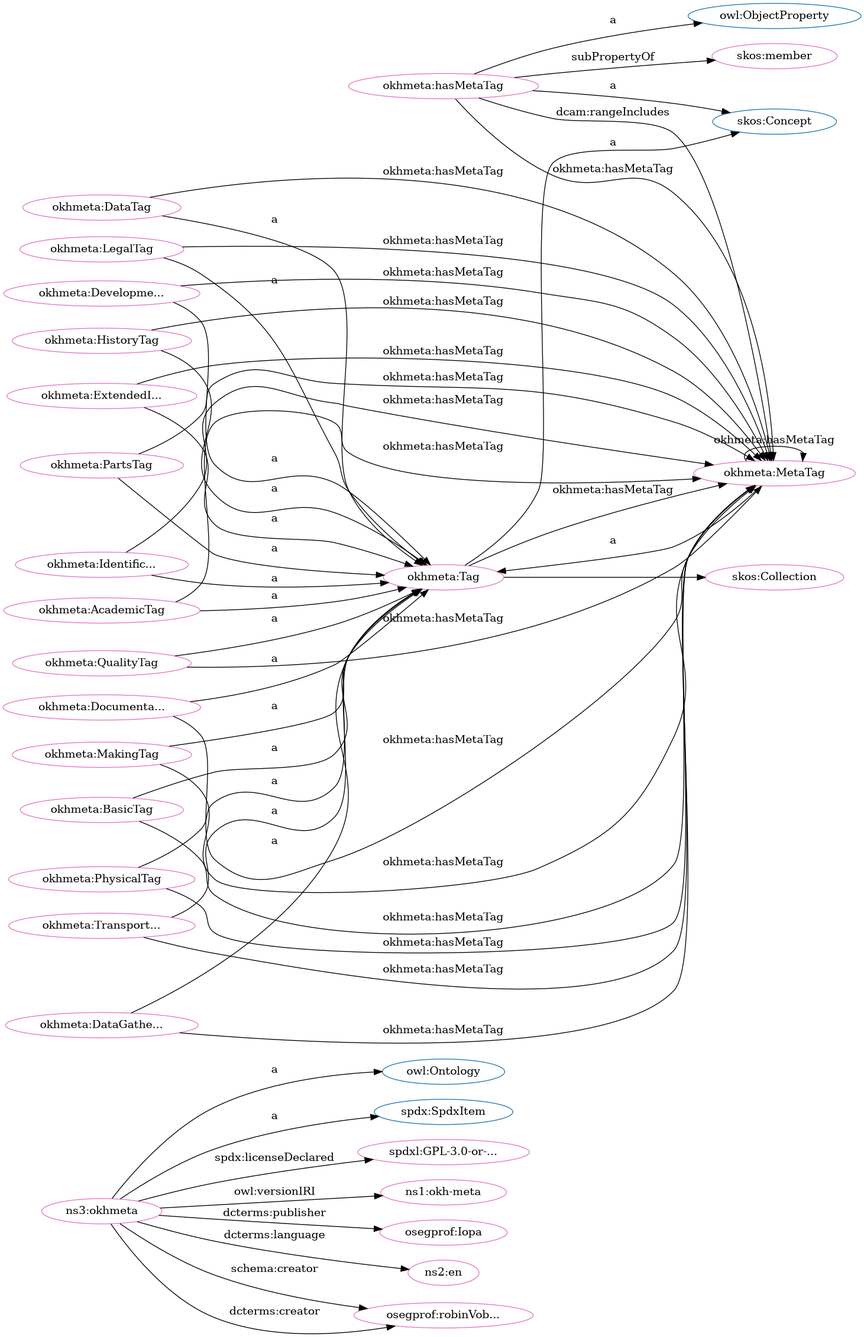
Above: src/spec/dot_okh-meta.png in iop-alliance/OpenKnowHow (Graphviz), before the change. Its source is kept beside it as src/spec/dot_okh-meta.dot.
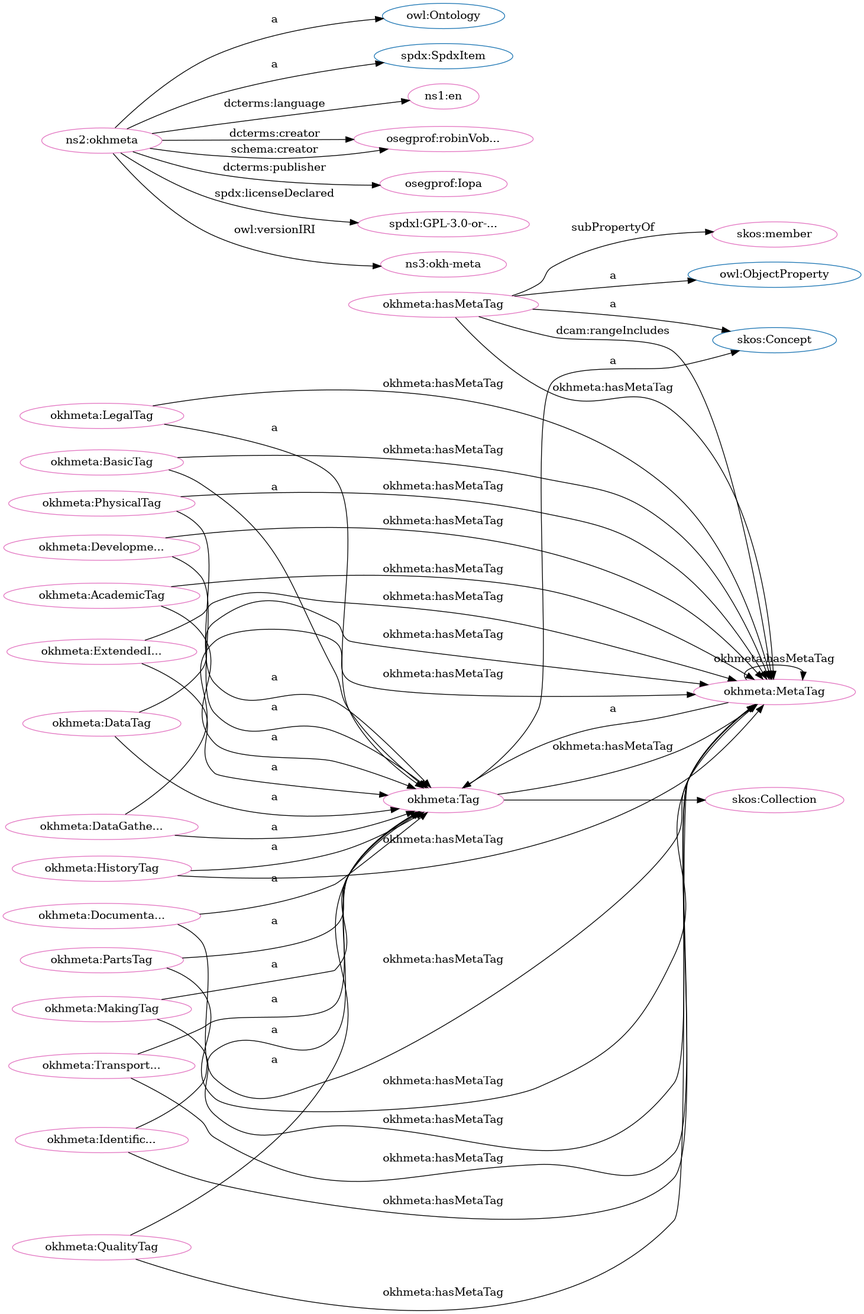
Above is the later version.

Change to the diagram source:
```diff
@@ -1,84 +1,84 @@
 digraph G {
   rankdir=BT
   node[height=.3]
+"http://www.w3.org/2004/02/skos/core#Concept" [fillcolor="#1f77b4" color="#1f77b4" label="skos:Concept"]
 "http://www.w3.org/2002/07/owl#Ontology" [fillcolor="#1f77b4" color="#1f77b4" label="owl:Ontology"]
-"http://spdx.org/rdf/terms#SpdxItem" [fillcolor="#1f77b4" color="#1f77b4" label="spdx:SpdxItem"]
-"http://w3id.org/oseg/ont/okhmeta#Tag" [fillcolor="#1f77b4" color="#1f77b4" label="okhmeta:Tag"]
 "http://www.w3.org/2004/02/skos/core#Collection" [fillcolor="#1f77b4" color="#1f77b4" label="skos:Collection"]
 "http://www.w3.org/2002/07/owl#ObjectProperty" [fillcolor="#1f77b4" color="#1f77b4" label="owl:ObjectProperty"]
-"http://www.w3.org/2004/02/skos/core#Concept" [fillcolor="#1f77b4" color="#1f77b4" label="skos:Concept"]
+"http://w3id.org/oseg/ont/okhmeta#Tag" [fillcolor="#1f77b4" color="#1f77b4" label="okhmeta:Tag"]
+"http://spdx.org/rdf/terms#SpdxItem" [fillcolor="#1f77b4" color="#1f77b4" label="spdx:SpdxItem"]
 "http://w3id.org/oseg/ont/okhmeta#MetaTag" [fillcolor="#e377c2" color="#e377c2" label="okhmeta:MetaTag"]
+"http://id.loc.gov/vocabulary/iso639-1/en" [fillcolor="#e377c2" color="#e377c2" label="ns1:en"]
+"http://w3id.org/oseg/ont/okhmeta#AcademicTag" [fillcolor="#e377c2" color="#e377c2" label="okhmeta:AcademicTag"]
+"http://w3id.org/oseg/ont/okhmeta" [fillcolor="#e377c2" color="#e377c2" label="ns2:okhmeta"]
+"http://w3id.org/oseg/ont/oseg-profiles#robinVobruba" [fillcolor="#e377c2" color="#e377c2" label="osegprof:robinVob..."]
+"http://w3id.org/oseg/ont/okhmeta#TransportationTag" [fillcolor="#e377c2" color="#e377c2" label="okhmeta:Transport..."]
+"http://w3id.org/oseg/ont/okhmeta#LegalTag" [fillcolor="#e377c2" color="#e377c2" label="okhmeta:LegalTag"]
+"http://w3id.org/oseg/ont/okhmeta#DocumentationTag" [fillcolor="#e377c2" color="#e377c2" label="okhmeta:Documenta..."]
+"http://w3id.org/oseg/ont/oseg-profiles#Iopa" [fillcolor="#e377c2" color="#e377c2" label="osegprof:Iopa"]
+"http://spdx.org/licenses/GPL-3.0-or-later" [fillcolor="#e377c2" color="#e377c2" label="spdxl:GPL-3.0-or-..."]
+"http://w3id.org/oseg/ont/okhmeta#MakingTag" [fillcolor="#e377c2" color="#e377c2" label="okhmeta:MakingTag"]
+"http://www.w3.org/2004/02/skos/core#member" [fillcolor="#e377c2" color="#e377c2" label="skos:member"]
+"http://w3id.org/oseg/ont/okhmeta#BasicTag" [fillcolor="#e377c2" color="#e377c2" label="okhmeta:BasicTag"]
+"http://w3id.org/oseg/ont/okhmeta#hasMetaTag" [fillcolor="#e377c2" color="#e377c2" label="okhmeta:hasMetaTag"]
+"http://w3id.org/oseg/ont/okhmeta#PhysicalTag" [fillcolor="#e377c2" color="#e377c2" label="okhmeta:PhysicalTag"]
+"http://w3id.org/oseg/ont/okhmeta#HistoryTag" [fillcolor="#e377c2" color="#e377c2" label="okhmeta:HistoryTag"]
+"http://www.w3.org/2004/02/skos/core#Collection" [fillcolor="#e377c2" color="#e377c2" label="skos:Collection"]
+"http://w3id.org/oseg/ont/1.1.0/okh-meta" [fillcolor="#e377c2" color="#e377c2" label="ns3:okh-meta"]
+"http://w3id.org/oseg/ont/okhmeta#QualityTag" [fillcolor="#e377c2" color="#e377c2" label="okhmeta:QualityTag"]
+"http://w3id.org/oseg/ont/okhmeta#DataTag" [fillcolor="#e377c2" color="#e377c2" label="okhmeta:DataTag"]
+"http://w3id.org/oseg/ont/okhmeta#IdentificationTag" [fillcolor="#e377c2" color="#e377c2" label="okhmeta:Identific..."]
+"http://w3id.org/oseg/ont/okhmeta#Tag" [fillcolor="#e377c2" color="#e377c2" label="okhmeta:Tag"]
+"http://w3id.org/oseg/ont/okhmeta#DataGatheringTag" [fillcolor="#e377c2" color="#e377c2" label="okhmeta:DataGathe..."]
+"http://w3id.org/oseg/ont/okhmeta#PartsTag" [fillcolor="#e377c2" color="#e377c2" label="okhmeta:PartsTag"]
 "http://w3id.org/oseg/ont/okhmeta#ExtendedInfoTag" [fillcolor="#e377c2" color="#e377c2" label="okhmeta:ExtendedI..."]
-"http://w3id.org/oseg/ont/okhmeta#PhysicalTag" [fillcolor="#e377c2" color="#e377c2" label="okhmeta:PhysicalTag"]
-"http://w3id.org/oseg/ont/okhmeta#DataTag" [fillcolor="#e377c2" color="#e377c2" label="okhmeta:DataTag"]
-"http://w3id.org/oseg/ont/okhmeta#DocumentationTag" [fillcolor="#e377c2" color="#e377c2" label="okhmeta:Documenta..."]
-"http://spdx.org/licenses/GPL-3.0-or-later" [fillcolor="#e377c2" color="#e377c2" label="spdxl:GPL-3.0-or-..."]
-"http://w3id.org/oseg/ont/okhmeta#hasMetaTag" [fillcolor="#e377c2" color="#e377c2" label="okhmeta:hasMetaTag"]
-"http://w3id.org/oseg/ont/okhmeta#BasicTag" [fillcolor="#e377c2" color="#e377c2" label="okhmeta:BasicTag"]
-"http://w3id.org/oseg/ont/okhmeta#LegalTag" [fillcolor="#e377c2" color="#e377c2" label="okhmeta:LegalTag"]
-"http://w3id.org/oseg/ont/1.1.0/okh-meta" [fillcolor="#e377c2" color="#e377c2" label="ns1:okh-meta"]
 "http://w3id.org/oseg/ont/okhmeta#DevelopmentTag" [fillcolor="#e377c2" color="#e377c2" label="okhmeta:Developme..."]
-"http://w3id.org/oseg/ont/okhmeta#QualityTag" [fillcolor="#e377c2" color="#e377c2" label="okhmeta:QualityTag"]
-"http://w3id.org/oseg/ont/oseg-profiles#Iopa" [fillcolor="#e377c2" color="#e377c2" label="osegprof:Iopa"]
-"http://w3id.org/oseg/ont/okhmeta#DataGatheringTag" [fillcolor="#e377c2" color="#e377c2" label="okhmeta:DataGathe..."]
-"http://id.loc.gov/vocabulary/iso639-1/en" [fillcolor="#e377c2" color="#e377c2" label="ns2:en"]
-"http://w3id.org/oseg/ont/okhmeta" [fillcolor="#e377c2" color="#e377c2" label="ns3:okhmeta"]
-"http://w3id.org/oseg/ont/okhmeta#IdentificationTag" [fillcolor="#e377c2" color="#e377c2" label="okhmeta:Identific..."]
-"http://w3id.org/oseg/ont/okhmeta#TransportationTag" [fillcolor="#e377c2" color="#e377c2" label="okhmeta:Transport..."]
-"http://w3id.org/oseg/ont/okhmeta#Tag" [fillcolor="#e377c2" color="#e377c2" label="okhmeta:Tag"]
-"http://w3id.org/oseg/ont/oseg-profiles#robinVobruba" [fillcolor="#e377c2" color="#e377c2" label="osegprof:robinVob..."]
-"http://w3id.org/oseg/ont/okhmeta#AcademicTag" [fillcolor="#e377c2" color="#e377c2" label="okhmeta:AcademicTag"]
-"http://www.w3.org/2004/02/skos/core#member" [fillcolor="#e377c2" color="#e377c2" label="skos:member"]
-"http://w3id.org/oseg/ont/okhmeta#MakingTag" [fillcolor="#e377c2" color="#e377c2" label="okhmeta:MakingTag"]
-"http://www.w3.org/2004/02/skos/core#Collection" [fillcolor="#e377c2" color="#e377c2" label="skos:Collection"]
-"http://w3id.org/oseg/ont/okhmeta#PartsTag" [fillcolor="#e377c2" color="#e377c2" label="okhmeta:PartsTag"]
-"http://w3id.org/oseg/ont/okhmeta#HistoryTag" [fillcolor="#e377c2" color="#e377c2" label="okhmeta:HistoryTag"]
+  "http://w3id.org/oseg/ont/okhmeta#AcademicTag" -> "http://w3id.org/oseg/ont/okhmeta#MetaTag" [label="okhmeta:hasMetaTag"]
+  "http://w3id.org/oseg/ont/okhmeta" -> "http://id.loc.gov/vocabulary/iso639-1/en" [label="dcterms:language"]
+  "http://w3id.org/oseg/ont/okhmeta#DataTag" -> "http://w3id.org/oseg/ont/okhmeta#MetaTag" [label="okhmeta:hasMetaTag"]
+  "http://w3id.org/oseg/ont/okhmeta" -> "http://w3id.org/oseg/ont/oseg-profiles#robinVobruba" [label="dcterms:creator"]
+  "http://w3id.org/oseg/ont/okhmeta#Tag" -> "http://w3id.org/oseg/ont/okhmeta#MetaTag" [label="okhmeta:hasMetaTag"]
+  "http://w3id.org/oseg/ont/okhmeta#LegalTag" -> "http://w3id.org/oseg/ont/okhmeta#MetaTag" [label="okhmeta:hasMetaTag"]
+  "http://w3id.org/oseg/ont/okhmeta#MetaTag" -> "http://w3id.org/oseg/ont/okhmeta#Tag" [label="a"]
+  "http://w3id.org/oseg/ont/okhmeta#DocumentationTag" -> "http://w3id.org/oseg/ont/okhmeta#MetaTag" [label="okhmeta:hasMetaTag"]
+  "http://w3id.org/oseg/ont/okhmeta#DocumentationTag" -> "http://w3id.org/oseg/ont/okhmeta#Tag" [label="a"]
+  "http://w3id.org/oseg/ont/okhmeta#TransportationTag" -> "http://w3id.org/oseg/ont/okhmeta#MetaTag" [label="okhmeta:hasMetaTag"]
+  "http://w3id.org/oseg/ont/okhmeta#MakingTag" -> "http://w3id.org/oseg/ont/okhmeta#Tag" [label="a"]
+  "http://w3id.org/oseg/ont/okhmeta#DevelopmentTag" -> "http://w3id.org/oseg/ont/okhmeta#MetaTag" [label="okhmeta:hasMetaTag"]
+  "http://w3id.org/oseg/ont/okhmeta#BasicTag" -> "http://w3id.org/oseg/ont/okhmeta#Tag" [label="a"]
+  "http://w3id.org/oseg/ont/okhmeta#PhysicalTag" -> "http://w3id.org/oseg/ont/okhmeta#MetaTag" [label="okhmeta:hasMetaTag"]
+  "http://w3id.org/oseg/ont/okhmeta#hasMetaTag" -> "http://www.w3.org/2002/07/owl#ObjectProperty" [label="a"]
+  "http://w3id.org/oseg/ont/okhmeta#HistoryTag" -> "http://w3id.org/oseg/ont/okhmeta#Tag" [label="a"]
+  "http://w3id.org/oseg/ont/okhmeta#DataTag" -> "http://w3id.org/oseg/ont/okhmeta#Tag" [label="a"]
+  "http://w3id.org/oseg/ont/okhmeta#IdentificationTag" -> "http://w3id.org/oseg/ont/okhmeta#Tag" [label="a"]
+  "http://w3id.org/oseg/ont/okhmeta#hasMetaTag" -> "http://w3id.org/oseg/ont/okhmeta#MetaTag" [label="okhmeta:hasMetaTag"]
+  "http://w3id.org/oseg/ont/okhmeta#PartsTag" -> "http://w3id.org/oseg/ont/okhmeta#Tag" [label="a"]
+  "http://w3id.org/oseg/ont/okhmeta#hasMetaTag" -> "http://www.w3.org/2004/02/skos/core#Concept" [label="a"]
+  "http://w3id.org/oseg/ont/okhmeta#ExtendedInfoTag" -> "http://w3id.org/oseg/ont/okhmeta#Tag" [label="a"]
+  "http://w3id.org/oseg/ont/okhmeta#BasicTag" -> "http://w3id.org/oseg/ont/okhmeta#MetaTag" [label="okhmeta:hasMetaTag"]
+  "http://w3id.org/oseg/ont/okhmeta#AcademicTag" -> "http://w3id.org/oseg/ont/okhmeta#Tag" [label="a"]
+  "http://w3id.org/oseg/ont/okhmeta" -> "http://spdx.org/rdf/terms#SpdxItem" [label="a"]
+  "http://w3id.org/oseg/ont/okhmeta#MetaTag" -> "http://w3id.org/oseg/ont/okhmeta#MetaTag" [label="okhmeta:hasMetaTag"]
+  "http://w3id.org/oseg/ont/okhmeta#hasMetaTag" -> "http://w3id.org/oseg/ont/okhmeta#MetaTag" [label="dcam:rangeIncludes"]
+  "http://w3id.org/oseg/ont/okhmeta#TransportationTag" -> "http://w3id.org/oseg/ont/okhmeta#Tag" [label="a"]
+  "http://w3id.org/oseg/ont/okhmeta#LegalTag" -> "http://w3id.org/oseg/ont/okhmeta#Tag" [label="a"]
+  "http://w3id.org/oseg/ont/okhmeta" -> "http://w3id.org/oseg/ont/oseg-profiles#Iopa" [label="dcterms:publisher"]
+  "http://w3id.org/oseg/ont/okhmeta#ExtendedInfoTag" -> "http://w3id.org/oseg/ont/okhmeta#MetaTag" [label="okhmeta:hasMetaTag"]
+  "http://w3id.org/oseg/ont/okhmeta" -> "http://spdx.org/licenses/GPL-3.0-or-later" [label="spdx:licenseDeclared"]
+  "http://w3id.org/oseg/ont/okhmeta" -> "http://www.w3.org/2002/07/owl#Ontology" [label="a"]
+  "http://w3id.org/oseg/ont/okhmeta#hasMetaTag" -> "http://www.w3.org/2004/02/skos/core#member" [label="subPropertyOf"]
+  "http://w3id.org/oseg/ont/okhmeta#MakingTag" -> "http://w3id.org/oseg/ont/okhmeta#MetaTag" [label="okhmeta:hasMetaTag"]
+  "http://w3id.org/oseg/ont/okhmeta" -> "http://w3id.org/oseg/ont/oseg-profiles#robinVobruba" [label="schema:creator"]
   "http://w3id.org/oseg/ont/okhmeta#PhysicalTag" -> "http://w3id.org/oseg/ont/okhmeta#Tag" [label="a"]
-  "http://w3id.org/oseg/ont/okhmeta#hasMetaTag" -> "http://w3id.org/oseg/ont/okhmeta#MetaTag" [label="dcam:rangeIncludes"]
-  "http://w3id.org/oseg/ont/okhmeta#hasMetaTag" -> "http://w3id.org/oseg/ont/okhmeta#MetaTag" [label="okhmeta:hasMetaTag"]
-  "http://w3id.org/oseg/ont/okhmeta#hasMetaTag" -> "http://www.w3.org/2002/07/owl#ObjectProperty" [label="a"]
-  "http://w3id.org/oseg/ont/okhmeta#LegalTag" -> "http://w3id.org/oseg/ont/okhmeta#Tag" [label="a"]
-  "http://w3id.org/oseg/ont/okhmeta#MakingTag" -> "http://w3id.org/oseg/ont/okhmeta#MetaTag" [label="okhmeta:hasMetaTag"]
+  "http://w3id.org/oseg/ont/okhmeta#HistoryTag" -> "http://w3id.org/oseg/ont/okhmeta#MetaTag" [label="okhmeta:hasMetaTag"]
+  "http://w3id.org/oseg/ont/okhmeta#Tag" -> "http://www.w3.org/2004/02/skos/core#Collection" [label=""]
   "http://w3id.org/oseg/ont/okhmeta" -> "http://w3id.org/oseg/ont/1.1.0/okh-meta" [label="owl:versionIRI"]
   "http://w3id.org/oseg/ont/okhmeta#QualityTag" -> "http://w3id.org/oseg/ont/okhmeta#Tag" [label="a"]
+  "http://w3id.org/oseg/ont/okhmeta#Tag" -> "http://www.w3.org/2004/02/skos/core#Concept" [label="a"]
+  "http://w3id.org/oseg/ont/okhmeta#DataGatheringTag" -> "http://w3id.org/oseg/ont/okhmeta#MetaTag" [label="okhmeta:hasMetaTag"]
   "http://w3id.org/oseg/ont/okhmeta#DataGatheringTag" -> "http://w3id.org/oseg/ont/okhmeta#Tag" [label="a"]
-  "http://w3id.org/oseg/ont/okhmeta#LegalTag" -> "http://w3id.org/oseg/ont/okhmeta#MetaTag" [label="okhmeta:hasMetaTag"]
-  "http://w3id.org/oseg/ont/okhmeta#IdentificationTag" -> "http://w3id.org/oseg/ont/okhmeta#Tag" [label="a"]
-  "http://w3id.org/oseg/ont/okhmeta#TransportationTag" -> "http://w3id.org/oseg/ont/okhmeta#Tag" [label="a"]
+  "http://w3id.org/oseg/ont/okhmeta#IdentificationTag" -> "http://w3id.org/oseg/ont/okhmeta#MetaTag" [label="okhmeta:hasMetaTag"]
+  "http://w3id.org/oseg/ont/okhmeta#PartsTag" -> "http://w3id.org/oseg/ont/okhmeta#MetaTag" [label="okhmeta:hasMetaTag"]
+  "http://w3id.org/oseg/ont/okhmeta#DevelopmentTag" -> "http://w3id.org/oseg/ont/okhmeta#Tag" [label="a"]
   "http://w3id.org/oseg/ont/okhmeta#QualityTag" -> "http://w3id.org/oseg/ont/okhmeta#MetaTag" [label="okhmeta:hasMetaTag"]
-  "http://w3id.org/oseg/ont/okhmeta#DevelopmentTag" -> "http://w3id.org/oseg/ont/okhmeta#MetaTag" [label="okhmeta:hasMetaTag"]
-  "http://w3id.org/oseg/ont/okhmeta" -> "http://w3id.org/oseg/ont/oseg-profiles#robinVobruba" [label="schema:creator"]
-  "http://w3id.org/oseg/ont/okhmeta#DataGatheringTag" -> "http://w3id.org/oseg/ont/okhmeta#MetaTag" [label="okhmeta:hasMetaTag"]
-  "http://w3id.org/oseg/ont/okhmeta#AcademicTag" -> "http://w3id.org/oseg/ont/okhmeta#Tag" [label="a"]
-  "http://w3id.org/oseg/ont/okhmeta#PhysicalTag" -> "http://w3id.org/oseg/ont/okhmeta#MetaTag" [label="okhmeta:hasMetaTag"]
-  "http://w3id.org/oseg/ont/okhmeta" -> "http://w3id.org/oseg/ont/oseg-profiles#robinVobruba" [label="dcterms:creator"]
-  "http://w3id.org/oseg/ont/okhmeta#Tag" -> "http://www.w3.org/2004/02/skos/core#Collection" [label=""]
-  "http://w3id.org/oseg/ont/okhmeta#PartsTag" -> "http://w3id.org/oseg/ont/okhmeta#Tag" [label="a"]
-  "http://w3id.org/oseg/ont/okhmeta#Tag" -> "http://w3id.org/oseg/ont/okhmeta#MetaTag" [label="okhmeta:hasMetaTag"]
-  "http://w3id.org/oseg/ont/okhmeta#HistoryTag" -> "http://w3id.org/oseg/ont/okhmeta#Tag" [label="a"]
-  "http://w3id.org/oseg/ont/okhmeta#IdentificationTag" -> "http://w3id.org/oseg/ont/okhmeta#MetaTag" [label="okhmeta:hasMetaTag"]
-  "http://w3id.org/oseg/ont/okhmeta#ExtendedInfoTag" -> "http://w3id.org/oseg/ont/okhmeta#Tag" [label="a"]
-  "http://w3id.org/oseg/ont/okhmeta#DataTag" -> "http://w3id.org/oseg/ont/okhmeta#Tag" [label="a"]
-  "http://w3id.org/oseg/ont/okhmeta#DocumentationTag" -> "http://w3id.org/oseg/ont/okhmeta#Tag" [label="a"]
-  "http://w3id.org/oseg/ont/okhmeta#TransportationTag" -> "http://w3id.org/oseg/ont/okhmeta#MetaTag" [label="okhmeta:hasMetaTag"]
-  "http://w3id.org/oseg/ont/okhmeta#AcademicTag" -> "http://w3id.org/oseg/ont/okhmeta#MetaTag" [label="okhmeta:hasMetaTag"]
-  "http://w3id.org/oseg/ont/okhmeta" -> "http://spdx.org/licenses/GPL-3.0-or-later" [label="spdx:licenseDeclared"]
-  "http://w3id.org/oseg/ont/okhmeta#BasicTag" -> "http://w3id.org/oseg/ont/okhmeta#Tag" [label="a"]
-  "http://w3id.org/oseg/ont/okhmeta#DevelopmentTag" -> "http://w3id.org/oseg/ont/okhmeta#Tag" [label="a"]
-  "http://w3id.org/oseg/ont/okhmeta#PartsTag" -> "http://w3id.org/oseg/ont/okhmeta#MetaTag" [label="okhmeta:hasMetaTag"]
-  "http://w3id.org/oseg/ont/okhmeta" -> "http://w3id.org/oseg/ont/oseg-profiles#Iopa" [label="dcterms:publisher"]
-  "http://w3id.org/oseg/ont/okhmeta#MetaTag" -> "http://w3id.org/oseg/ont/okhmeta#Tag" [label="a"]
-  "http://w3id.org/oseg/ont/okhmeta#ExtendedInfoTag" -> "http://w3id.org/oseg/ont/okhmeta#MetaTag" [label="okhmeta:hasMetaTag"]
-  "http://w3id.org/oseg/ont/okhmeta#DocumentationTag" -> "http://w3id.org/oseg/ont/okhmeta#MetaTag" [label="okhmeta:hasMetaTag"]
-  "http://w3id.org/oseg/ont/okhmeta" -> "http://id.loc.gov/vocabulary/iso639-1/en" [label="dcterms:language"]
-  "http://w3id.org/oseg/ont/okhmeta" -> "http://www.w3.org/2002/07/owl#Ontology" [label="a"]
-  "http://w3id.org/oseg/ont/okhmeta#BasicTag" -> "http://w3id.org/oseg/ont/okhmeta#MetaTag" [label="okhmeta:hasMetaTag"]
-  "http://w3id.org/oseg/ont/okhmeta#Tag" -> "http://www.w3.org/2004/02/skos/core#Concept" [label="a"]
-  "http://w3id.org/oseg/ont/okhmeta#MetaTag" -> "http://w3id.org/oseg/ont/okhmeta#MetaTag" [label="okhmeta:hasMetaTag"]
-  "http://w3id.org/oseg/ont/okhmeta" -> "http://spdx.org/rdf/terms#SpdxItem" [label="a"]
-  "http://w3id.org/oseg/ont/okhmeta#hasMetaTag" -> "http://www.w3.org/2004/02/skos/core#Concept" [label="a"]
-  "http://w3id.org/oseg/ont/okhmeta#hasMetaTag" -> "http://www.w3.org/2004/02/skos/core#member" [label="subPropertyOf"]
-  "http://w3id.org/oseg/ont/okhmeta#HistoryTag" -> "http://w3id.org/oseg/ont/okhmeta#MetaTag" [label="okhmeta:hasMetaTag"]
-  "http://w3id.org/oseg/ont/okhmeta#MakingTag" -> "http://w3id.org/oseg/ont/okhmeta#Tag" [label="a"]
-  "http://w3id.org/oseg/ont/okhmeta#DataTag" -> "http://w3id.org/oseg/ont/okhmeta#MetaTag" [label="okhmeta:hasMetaTag"]
 }
```
